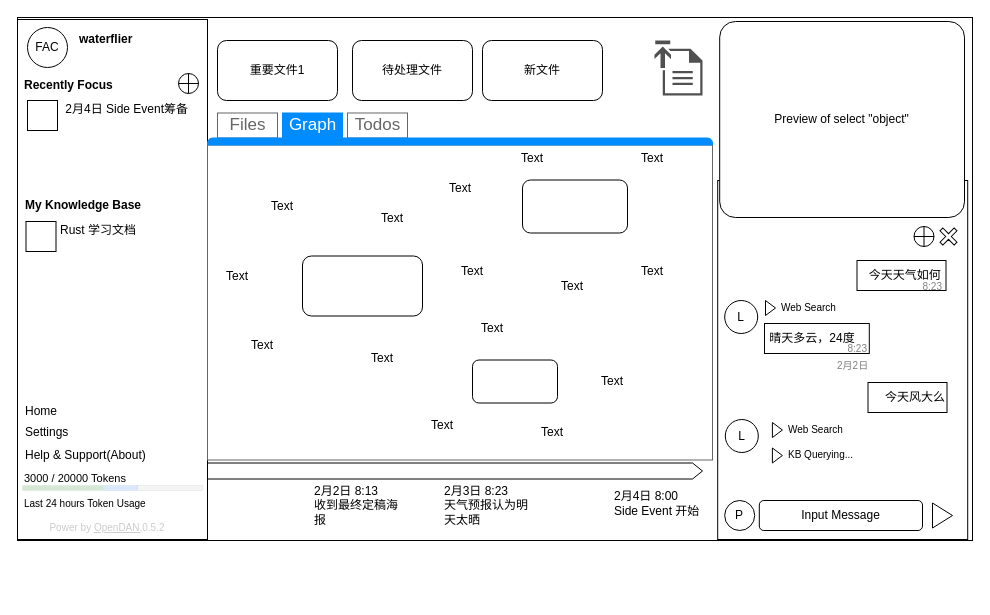
Before: page "Knowlege Base" (5 of 5) of doc/PRD/AI App.drawio in buckyos/buckyos, a draw.io diagram. Source tidied: cells renumbered, new cells numbered last; positions are measured from the earlier drawing's top-left corner, leaving out a move shared by most shapes. Both pictures are drawn from the tidied source at 100%, with x=0, y=0 at pixel (17, 17).
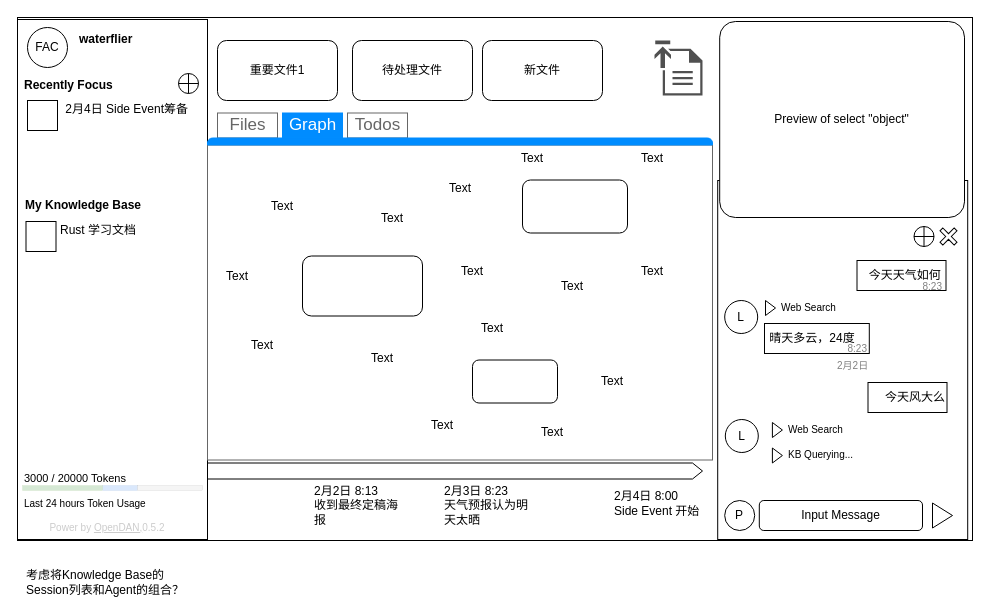
The same diagram, later.

Change to the diagram source:
```diff
@@
-    <mxCell id="6" value="Home" style="text;html=1;strokeColor=none;fillColor=none;align=left;verticalAlign=middle;whiteSpace=wrap;rounded=0;" parent="1" vertex="1">
-      <mxGeometry x="6" y="379" width="125" height="30" as="geometry" />
-    </mxCell>
-    <mxCell id="7" value="Settings" style="text;html=1;strokeColor=none;fillColor=none;align=left;verticalAlign=middle;whiteSpace=wrap;rounded=0;" parent="1" vertex="1">
-      <mxGeometry x="6" y="400" width="125" height="30" as="geometry" />
-    </mxCell>
-    <mxCell id="8" value="Help &amp;amp; Support(About)" style="text;html=1;strokeColor=none;fillColor=none;align=left;verticalAlign=middle;whiteSpace=wrap;rounded=0;" parent="1" vertex="1">
-      <mxGeometry x="6" y="423" width="125" height="30" as="geometry" />
-    </mxCell>
@@
+    <mxCell id="74" value="考虑将Knowledge Base的Session列表和Agent的组合？" style="text;html=1;align=left;verticalAlign=middle;whiteSpace=wrap;rounded=0;" parent="1" vertex="1">
+      <mxGeometry x="6.5" y="550" width="177" height="30" as="geometry" />
+    </mxCell>
```
